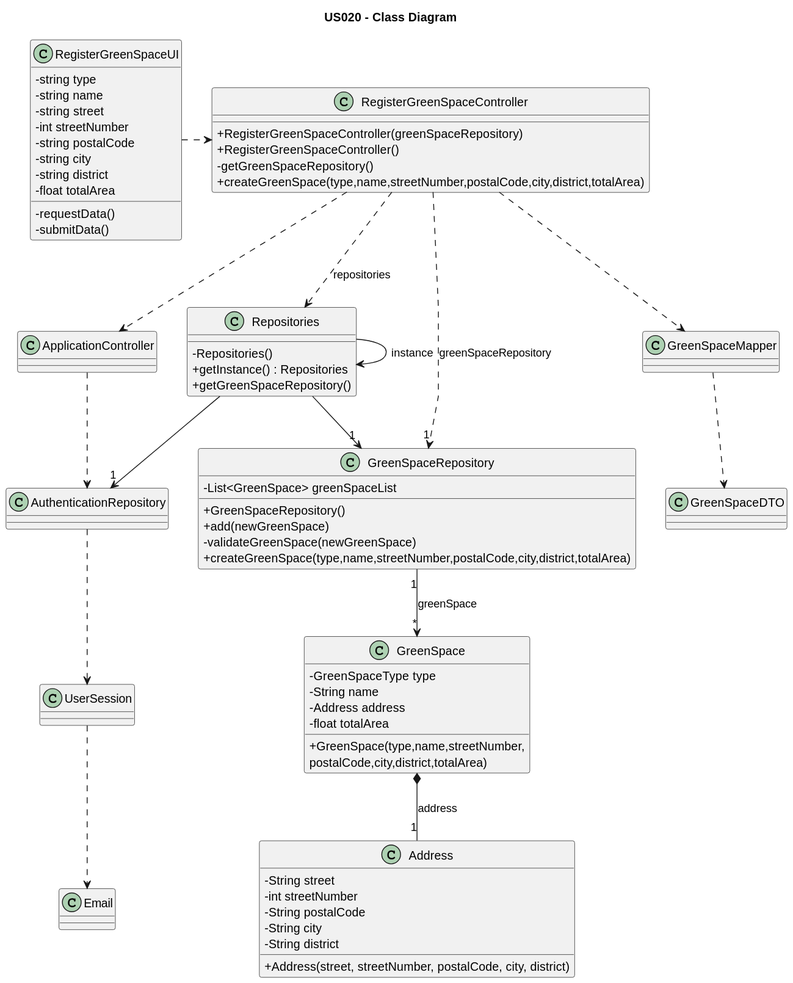
This is docs/sprintC/us020/03.design/svg/us020-class-diagram.svg from Rui-San/LAPR2_2023_2024, a PlantUML export, as it was before one commit.
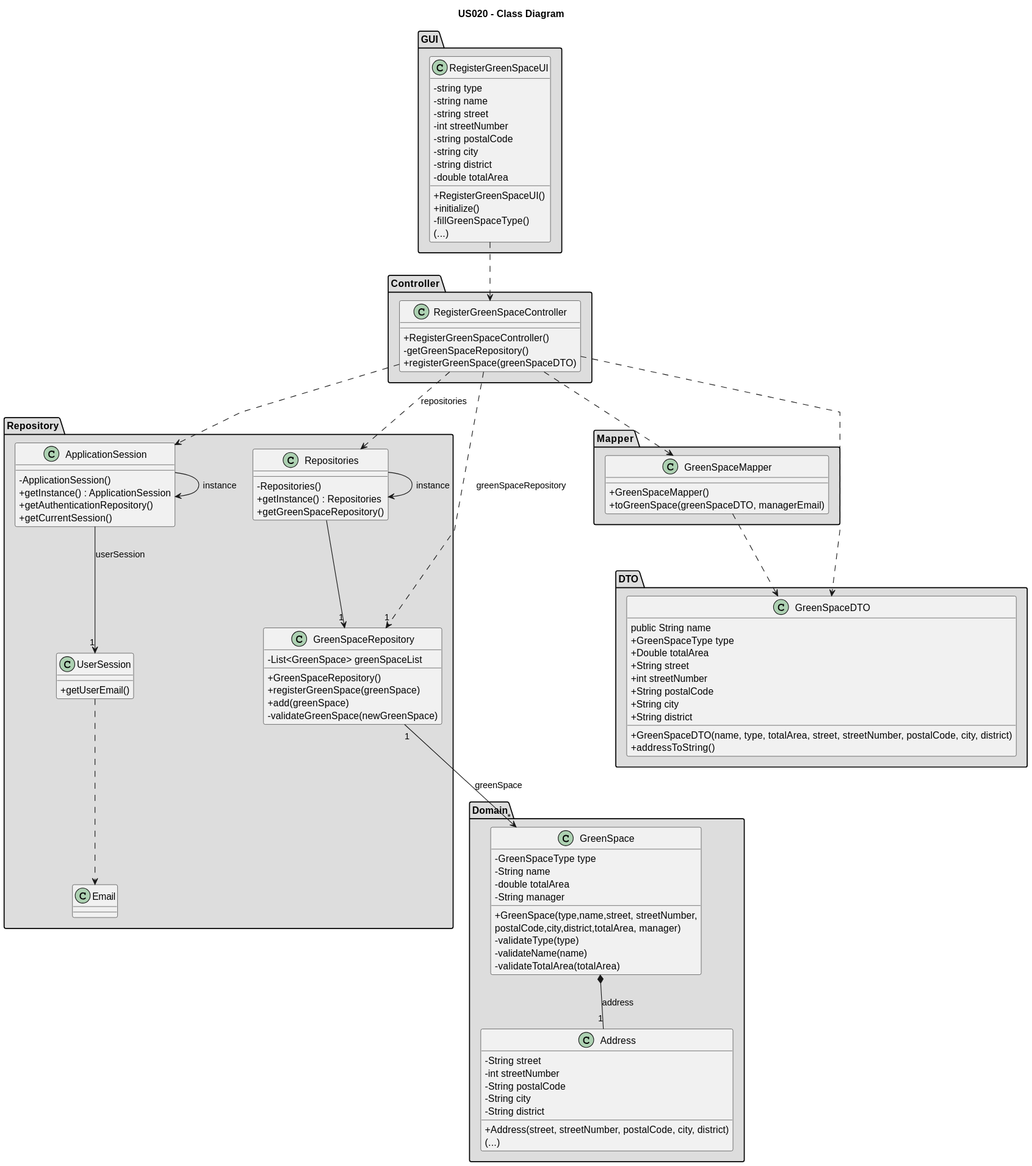
After the change.

Commit message:
US20: Updated Class Diagram with new methods and Folders + Fixed System Sequence Diagram with validation

Diff of the diagram source:
```diff
@@ -6,36 +6,7 @@
 skinparam classAttributeIconSize 0
 title US020 - Class Diagram
 
-class GreenSpace {
-    - GreenSpaceType type
-    - String name
-    - Address address
-    - float totalArea
-    + GreenSpace(type,name,streetNumber,\npostalCode,city,district,totalArea)
-}
-
-class GreenSpaceRepository{
-    - List<GreenSpace> greenSpaceList
-
-    + GreenSpaceRepository()
-    + add(newGreenSpace)
-    - validateGreenSpace(newGreenSpace)
-    + createGreenSpace(type,name,streetNumber,postalCode,city,district,totalArea)
-}
-
-class Repositories {
-    - Repositories()
-    + getInstance() : Repositories
-    + getGreenSpaceRepository()
-}
-
-class RegisterGreenSpaceController {
-
-    + RegisterGreenSpaceController(greenSpaceRepository)
-    + RegisterGreenSpaceController()
-    - getGreenSpaceRepository()
-    + createGreenSpace(type,name,streetNumber,postalCode,city,district,totalArea)
-}
+package GUI <<Folder>> #DDDDDD {
 
 class RegisterGreenSpaceUI {
     - string type
@@ -45,10 +16,76 @@
     - string postalCode
     - string city
     - string district
-    - float totalArea
-    - requestData()
-    - submitData()
+    - double totalArea
+    +RegisterGreenSpaceUI()
+    +initialize()
+    -fillGreenSpaceType()
+    (...)
 }
+}
+
+package Controller <<Folder>> #DDDDDD {
+class RegisterGreenSpaceController {
+
+    + RegisterGreenSpaceController()
+    - getGreenSpaceRepository()
+    + registerGreenSpace(greenSpaceDTO)
+    }
+}
+
+package Repository <<Folder>> #DDDDDD {
+class GreenSpaceRepository{
+    - List<GreenSpace> greenSpaceList
+
+    + GreenSpaceRepository()
+    + registerGreenSpace(greenSpace)
+    + add(greenSpace)
+    - validateGreenSpace(newGreenSpace)
+}
+
+class Repositories {
+    - Repositories()
+    + getInstance() : Repositories
+    + getGreenSpaceRepository()
+}
+
+class ApplicationSession{
+    - ApplicationSession()
+    + getInstance() : ApplicationSession
+    + getAuthenticationRepository()
+    + getCurrentSession()
+
+}
+
+class UserSession{
+    + getUserEmail()
+
+}
+
+class Email{
+
+}
+
+}
+
+
+package Domain <<Folder>> #DDDDDD {
+class GreenSpace {
+    - GreenSpaceType type
+    - String name
+    - double totalArea
+    - String manager
+    + GreenSpace(type,name,street, streetNumber,\npostalCode,city,district,totalArea, manager)
+    - validateType(type)
+    - validateName(name)
+    - validateTotalArea(totalArea)
+}
+
+
+
+
+
+
 
 class Address{
     - String street
@@ -57,44 +94,50 @@
     - String city
     - String district
     + Address(street, streetNumber, postalCode, city, district)
+    (...)
+}
 }
 
-class ApplicationController{
+
+package Mapper <<Folder>> #DDDDDD {
+class GreenSpaceMapper{
+    + GreenSpaceMapper()
+    + toGreenSpace(greenSpaceDTO, managerEmail)
 
 }
-
-class UserSession{
-
 }
 
-class Email{
-
+package DTO <<Folder>> #DDDDDD {
+class GreenSpaceDTO{
+public String name
+    + GreenSpaceType type
+    + Double totalArea
+    + String street
+    + int streetNumber
+    + String postalCode
+    + String city
+    + String district
+    + GreenSpaceDTO(name, type, totalArea, street, streetNumber, postalCode, city, district)
+    + addressToString()
+}
 }
 
-class GreenSpaceMapper{
 
-}
 
-class GreenSpaceDTO{
-
-}
-
-class AuthenticationRepository{
-
-}
-
-RegisterGreenSpaceUI .right.> RegisterGreenSpaceController
+RegisterGreenSpaceUI .down.> RegisterGreenSpaceController
 RegisterGreenSpaceController ..> "1" GreenSpaceRepository : greenSpaceRepository
 GreenSpaceRepository "1"-down-> "*" GreenSpace : greenSpace
 GreenSpace *--"1" Address : address
 RegisterGreenSpaceController ..> Repositories : repositories
 Repositories --> "1" GreenSpaceRepository
 Repositories -> Repositories : instance
-Repositories --> "1" AuthenticationRepository
-RegisterGreenSpaceController ..> ApplicationController
-ApplicationController ..> AuthenticationRepository
-AuthenticationRepository ..> UserSession
+
+RegisterGreenSpaceController ..> ApplicationSession
+
+ApplicationSession -> ApplicationSession : instance
+ApplicationSession --> "1" UserSession : userSession
 UserSession ..> Email
 RegisterGreenSpaceController ..> GreenSpaceMapper
 GreenSpaceMapper ..> GreenSpaceDTO
+RegisterGreenSpaceController ..> GreenSpaceDTO
 @enduml
```
